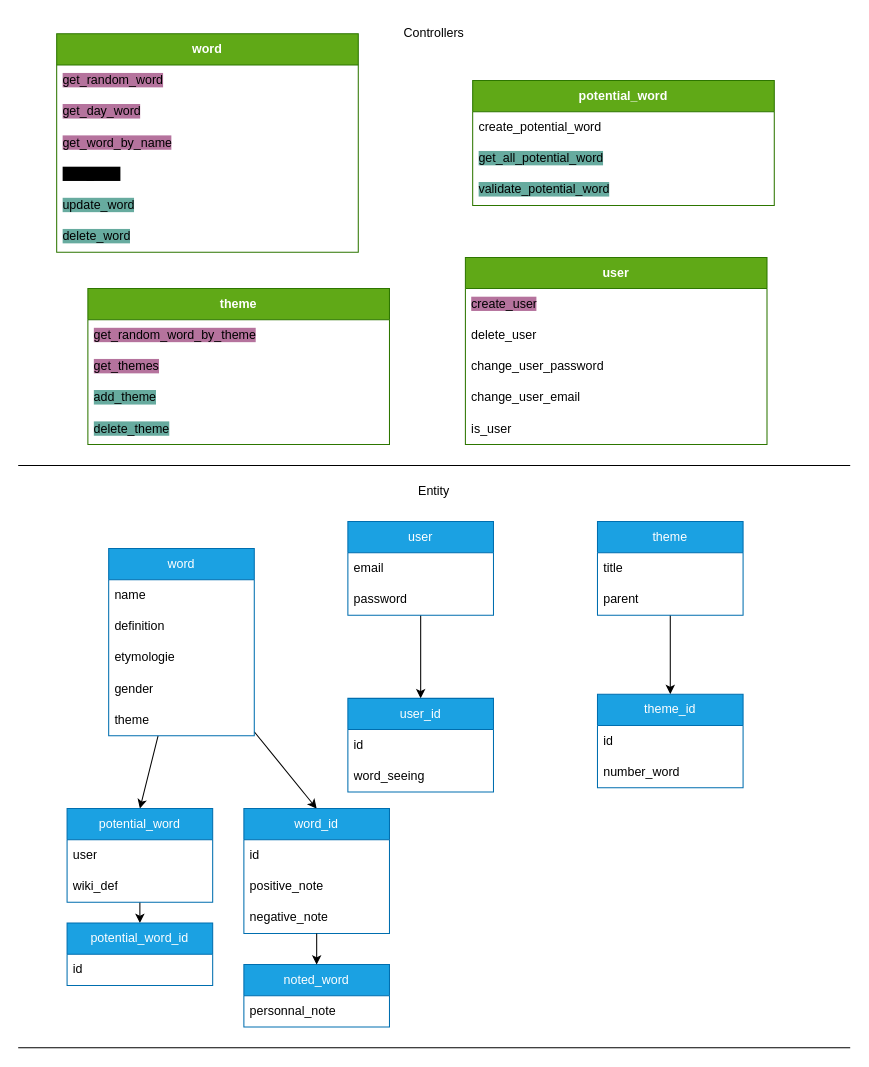
Earlier version of the draw.io diagram polymathon.drawio (Staneo644/Polymathon_back). Source tidied: cells renumbered, new cells numbered last; positions are measured from the earlier drawing's top-left corner, leaving out a move shared by most shapes. Both pictures are drawn from the tidied source at 104%, with x=0, y=0 at pixel (18, 18).
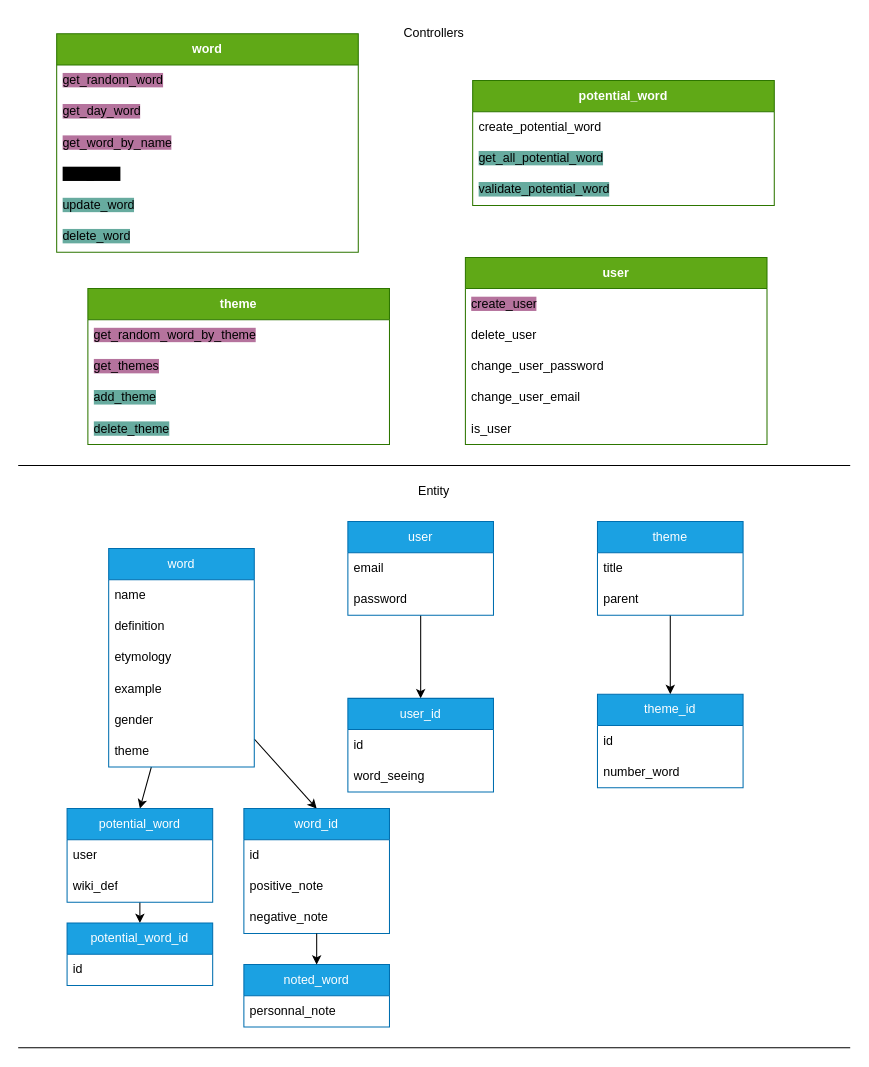
The same page after the edit.

The edit, as a diff of the source:
```diff
@@
     <mxCell id="27" value="word" style="swimlane;fontStyle=0;horizontal=1;startSize=30;whiteSpace=wrap;html=1;fillColor=#1ba1e2;fontColor=#ffffff;strokeColor=#006EAF;" parent="1" vertex="1">
-      <mxGeometry x="87" y="510" width="140" height="180" as="geometry" />
+      <mxGeometry x="87" y="510" width="140" height="210" as="geometry" />
     </mxCell>
@@
-    <mxCell id="30" value="etymologie" style="text;strokeColor=none;fillColor=none;align=left;verticalAlign=middle;spacingLeft=4;spacingRight=4;overflow=hidden;whiteSpace=wrap;html=1;" parent="27" vertex="1">
+    <mxCell id="30" value="etymology" style="text;strokeColor=none;fillColor=none;align=left;verticalAlign=middle;spacingLeft=4;spacingRight=4;overflow=hidden;whiteSpace=wrap;html=1;" parent="27" vertex="1">
       <mxGeometry y="90" width="140" height="30" as="geometry" />
     </mxCell>
+    <mxCell id="32" value="example" style="text;strokeColor=none;fillColor=none;align=left;verticalAlign=middle;spacingLeft=4;spacingRight=4;overflow=hidden;whiteSpace=wrap;html=1;" parent="27" vertex="1">
+      <mxGeometry y="120" width="140" height="30" as="geometry" />
+    </mxCell>
     <mxCell id="31" value="gender" style="text;strokeColor=none;fillColor=none;align=left;verticalAlign=middle;spacingLeft=4;spacingRight=4;overflow=hidden;whiteSpace=wrap;html=1;" parent="27" vertex="1">
-      <mxGeometry y="120" width="140" height="30" as="geometry" />
+      <mxGeometry y="150" width="140" height="30" as="geometry" />
     </mxCell>
-    <mxCell id="32" value="theme" style="text;strokeColor=none;fillColor=none;align=left;verticalAlign=middle;spacingLeft=4;spacingRight=4;overflow=hidden;whiteSpace=wrap;html=1;" parent="27" vertex="1">
-      <mxGeometry y="150" width="140" height="30" as="geometry" />
-    </mxCell>
+    <mxCell id="63" value="theme" style="text;strokeColor=none;fillColor=none;align=left;verticalAlign=middle;spacingLeft=4;spacingRight=4;overflow=hidden;whiteSpace=wrap;html=1;" parent="27" vertex="1">
+      <mxGeometry y="180" width="140" height="30" as="geometry" />
+    </mxCell>
```
